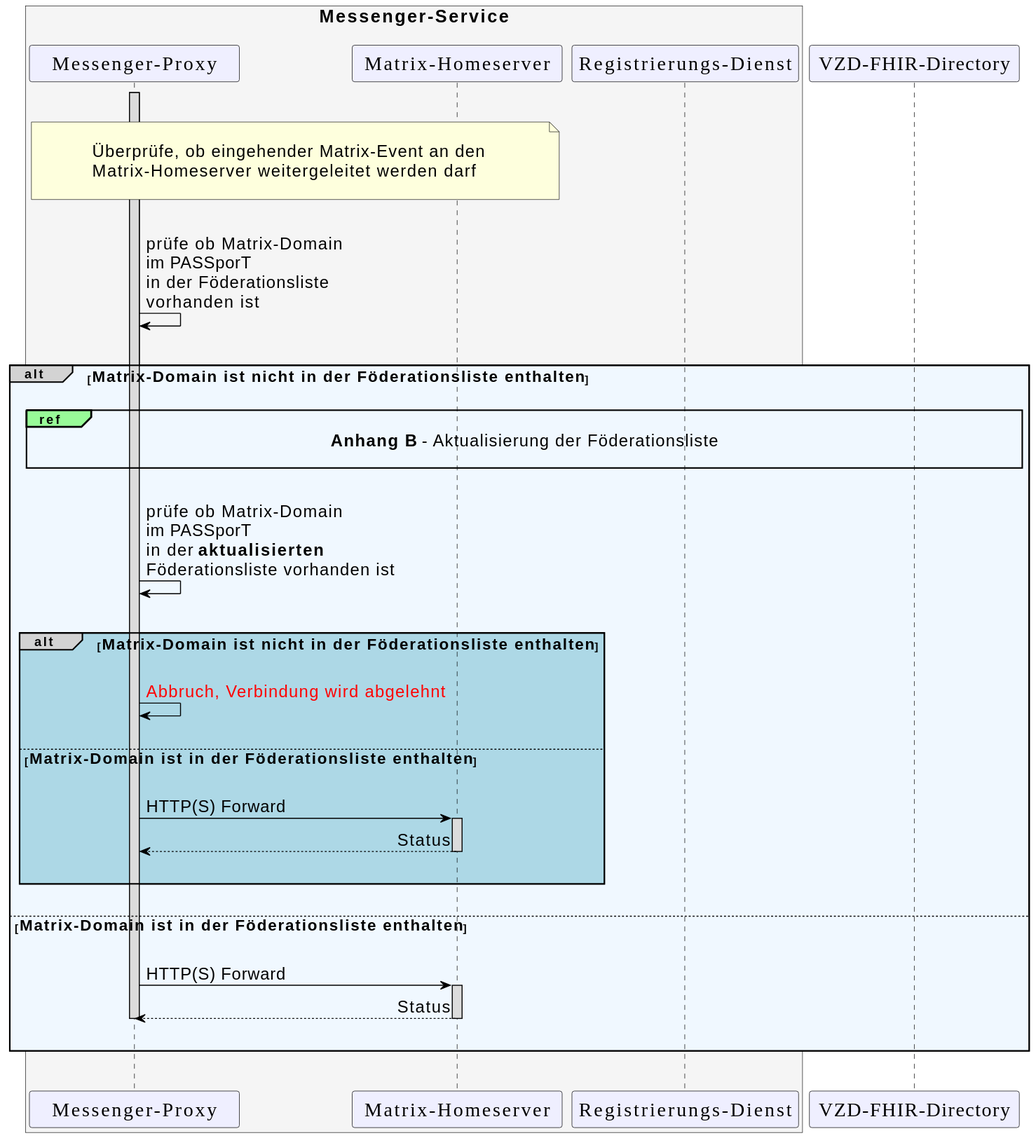
The PlantUML diagram images/diagrams/TI-Messenger-Dienst/Ressourcen/UC_10064_Seq.svg in gematik/api-ti-messenger, before a commit. Source of this version:
```plantuml
@startuml
skinparam sequenceMessageAlign direction
skinparam minClassWidth 200
skinparam BoxPadding 1
skinparam sequenceReferenceHeaderBackgroundColor palegreen
scale max 2048 width

skinparam sequence {
ArrowColor black
ArrowFontSize 17
ActorBorderColor black
LifeLineBorderColor black
LifeLineBackgroundColor Gainsboro

ParticipantBorderColor Motivation
ParticipantBackgroundColor Motivation
ParticipantFontName Impact
ParticipantFontSize 20
ParticipantFontColor black
ParticipantBorderColor Black
ParticipantBackgroundColor MOTIVATION

ActorBackgroundColor Gainsboro
ActorFontColor black
ActorFontSize 20
ActorFontName Aapex
}
    box <size:18>Messenger-Service\n#WhiteSmoke
    participant MP as "Messenger-Proxy"
    participant MH as "Matrix-Homeserver"
    participant RD as "Registrierungs-Dienst"
    end box
    participant VZD as "VZD-FHIR-Directory"

|||
note over MP, MH: \n<size:17>Überprüfe, ob eingehender Matrix-Event an den \n<size:17>Matrix-Homeserver weitergeleitet werden darf</size>\n
|||

    Activate MP
  MP->MP: prüfe ob Matrix-Domain \nim PASSporT \nin der Föderationsliste \nvorhanden ist

|||
alt#LightGrey #AliceBlue <size:16>Matrix-Domain ist nicht in der Föderationsliste enthalten</size>
|||

  ref over MP, VZD: <size:17>**Anhang B** - Aktualisierung der Föderationsliste</size>\n
  |||
  MP->MP: prüfe ob Matrix-Domain \nim PASSporT \nin der **aktualisierten** \nFöderationsliste vorhanden ist
  |||

    alt#LightGrey #LightBlue <size:16>Matrix-Domain ist nicht in der Föderationsliste enthalten</size>
      |||
      MP->MP: <font color=red>Abbruch, Verbindung wird abgelehnt</font>
      |||
      else <size:16>Matrix-Domain ist in der Föderationsliste enthalten</size>
      |||
         MP->MH: HTTP(S) Forward
          Activate MH
        MH-->MP: Status
          Deactivate MH
      |||
    end

  |||
  else <size:16>Matrix-Domain ist in der Föderationsliste enthalten</size>
    |||
    MP->MH: HTTP(S) Forward
      Activate MH
    MH-->MP: Status
      Deactivate MH
      Deactivate MP
    |||

end
|||
@enduml
```
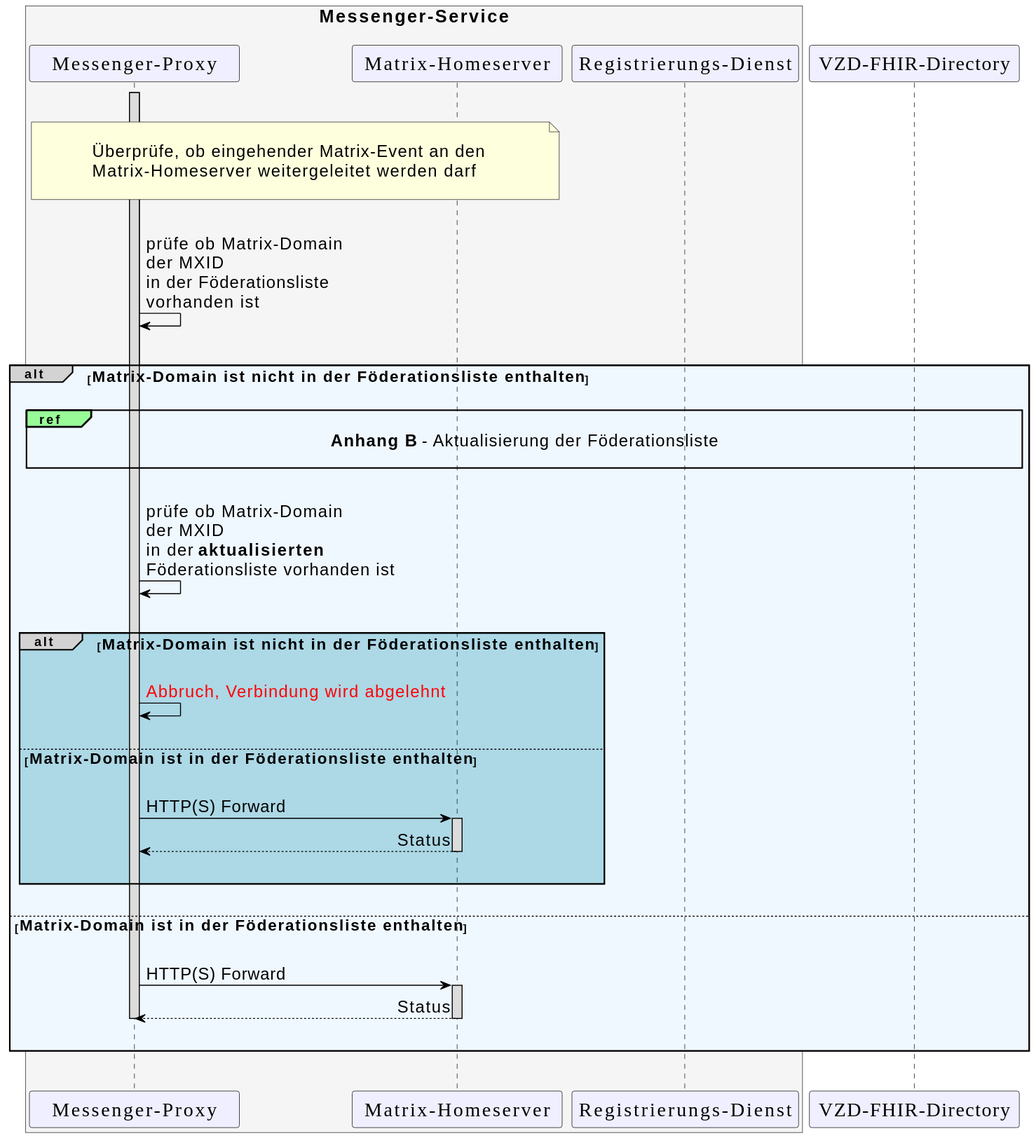
The same file after the commit.

The edit, as a diff of the source:
```diff
@@ -37,7 +37,7 @@
 |||
 
     Activate MP
-  MP->MP: prüfe ob Matrix-Domain \nim PASSporT \nin der Föderationsliste \nvorhanden ist
+  MP->MP: prüfe ob Matrix-Domain \nder MXID \nin der Föderationsliste \nvorhanden ist
 
 |||
 alt#LightGrey #AliceBlue <size:16>Matrix-Domain ist nicht in der Föderationsliste enthalten</size>
@@ -45,7 +45,7 @@
 
   ref over MP, VZD: <size:17>**Anhang B** - Aktualisierung der Föderationsliste</size>\n
   |||
-  MP->MP: prüfe ob Matrix-Domain \nim PASSporT \nin der **aktualisierten** \nFöderationsliste vorhanden ist
+  MP->MP: prüfe ob Matrix-Domain \nder MXID \nin der **aktualisierten** \nFöderationsliste vorhanden ist
   |||
 
     alt#LightGrey #LightBlue <size:16>Matrix-Domain ist nicht in der Föderationsliste enthalten</size>
```
